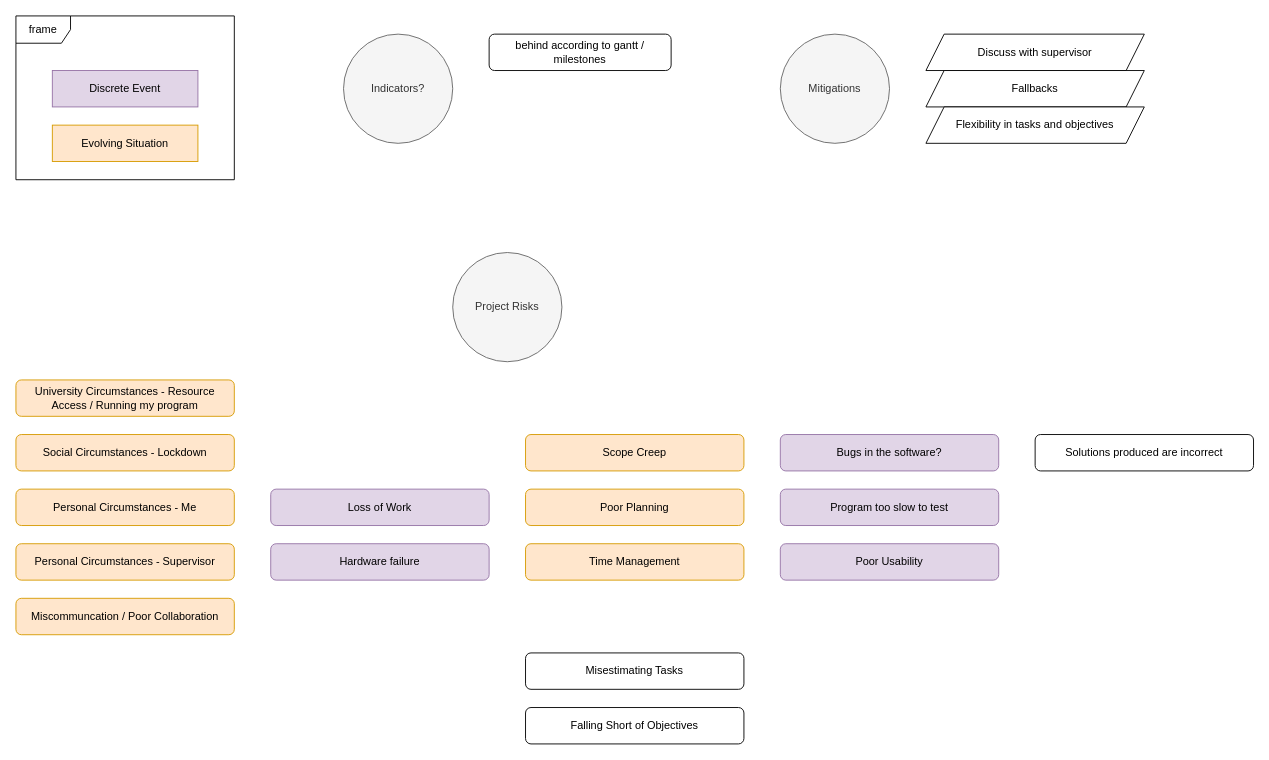
Before: page "Page-1" (1 of 3) of Planning/Risks-Mind-Map.drawio in eeoooue/hons-moorhouse-p, a draw.io diagram. Source tidied: cells renumbered, new cells numbered last; positions are measured from the earlier drawing's top-left corner, leaving out a move shared by most shapes. Both pictures are drawn from the tidied source at 91%, with x=0, y=0 at pixel (15, 15).
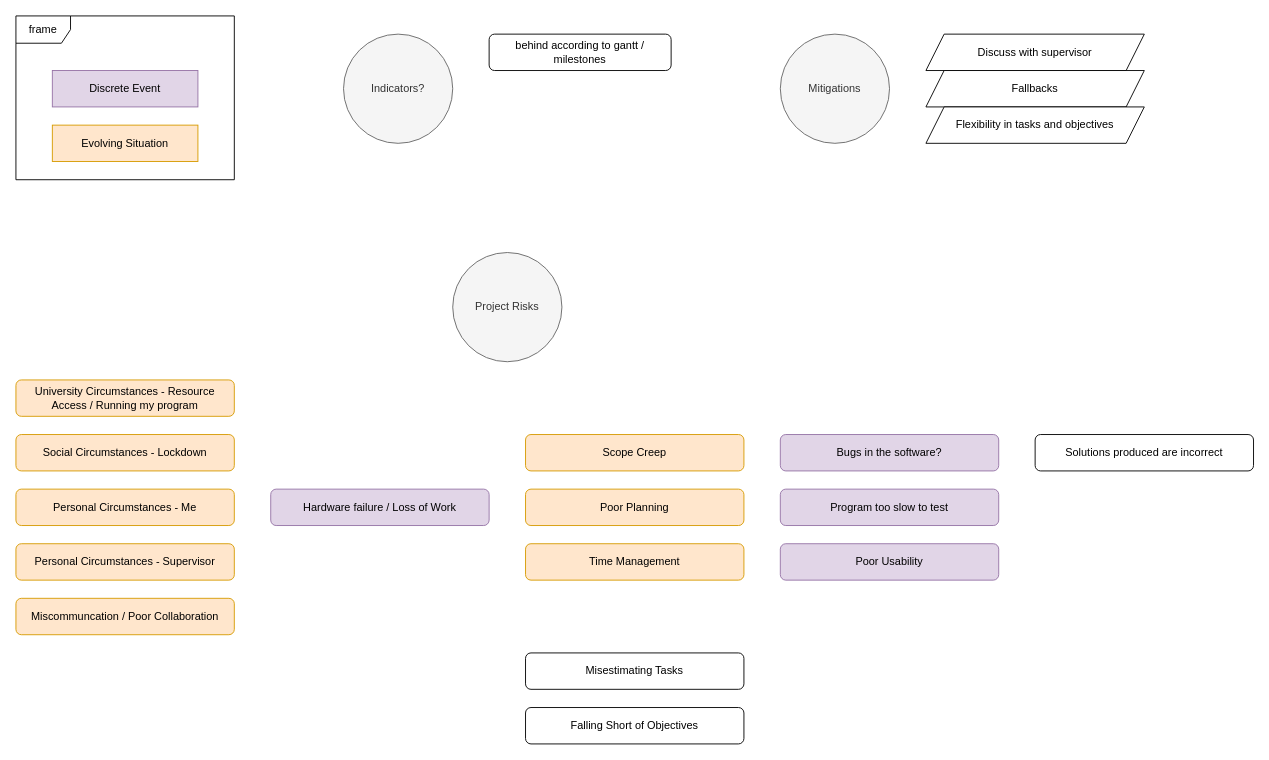
The same diagram, later.

Diff of the diagram source:
```diff
@@
-    <mxCell id="7" value="Loss of Work" style="rounded=1;whiteSpace=wrap;html=1;fillColor=#e1d5e7;strokeColor=#9673a6;" parent="1" vertex="1">
-      <mxGeometry x="280" y="520" width="240" height="40" as="geometry" />
-    </mxCell>
@@
-    <mxCell id="12" value="Hardware failure" style="rounded=1;whiteSpace=wrap;html=1;fillColor=#e1d5e7;strokeColor=#9673a6;" parent="1" vertex="1">
-      <mxGeometry x="280" y="580" width="240" height="40" as="geometry" />
+    <mxCell id="12" value="Hardware failure / Loss of Work" style="rounded=1;whiteSpace=wrap;html=1;fillColor=#e1d5e7;strokeColor=#9673a6;" parent="1" vertex="1">
+      <mxGeometry x="280" y="520" width="240" height="40" as="geometry" />
     </mxCell>
```
